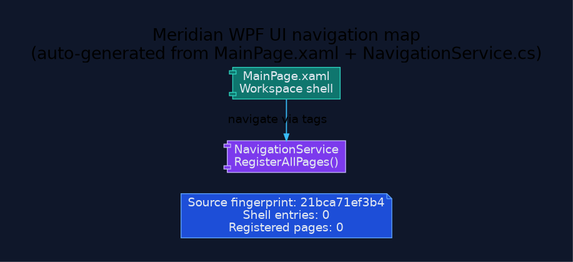
Before: docs/diagrams/ui-navigation-map.png, a diagram exported from Graphviz (rodoHasArrived/Meridian-main). Its source is kept beside it as docs/diagrams/ui-navigation-map.dot.
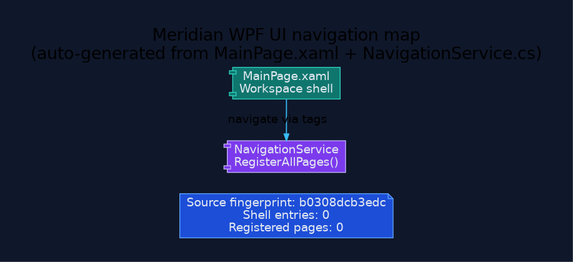
Later version of the same file.

Change to the diagram source:
```diff
@@ -13,7 +13,7 @@
   node [fontname="Segoe UI", shape=box, style="rounded,filled", color="#475569", fontcolor="#e2e8f0", fillcolor="#1e293b"];
   edge [fontname="Segoe UI", color="#94a3b8", penwidth=1.3, arrowsize=0.8];
 
-  generated [shape=note, fillcolor="#1d4ed8", color="#60a5fa", label="Source fingerprint: 21bca71ef3b4\nShell entries: 0\nRegistered pages: 0"];
+  generated [shape=note, fillcolor="#1d4ed8", color="#60a5fa", label="Source fingerprint: b0308dcb3edc\nShell entries: 0\nRegistered pages: 0"];
   shell [shape=component, fillcolor="#0f766e", color="#2dd4bf", label="MainPage.xaml\nWorkspace shell"];
   navigation [shape=component, fillcolor="#7c3aed", color="#c4b5fd", label="NavigationService\nRegisterAllPages()"];
   shell -> navigation [label="navigate via tags", color="#38bdf8"];
```
